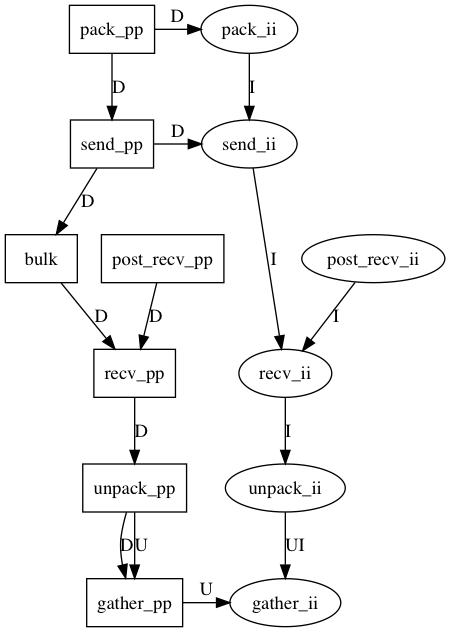
The Graphviz diagram doc/odstr/graphviz/deps.png in uDeviceX/uDeviceX, before a commit. Its source is kept beside it as doc/odstr/graphviz/deps.gv.
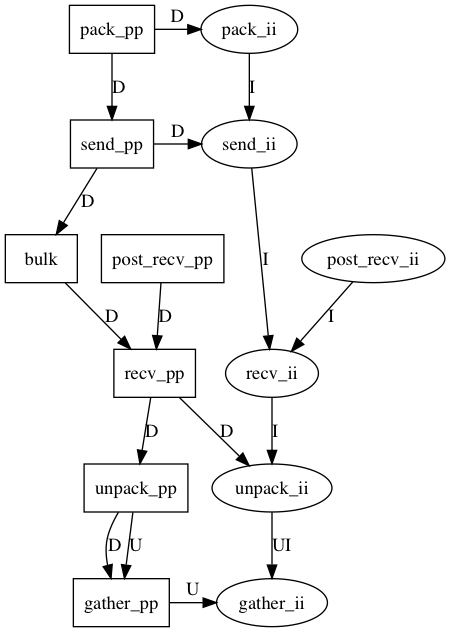
After the commit.

Commit message:
forgot one dep

What changed in the source:
```diff
@@ -6,6 +6,7 @@
 	}
 	pack_pp->pack_ii [label="D"];
 	send_pp->send_ii [label="D"];
+	recv_pp->unpack_ii [label="D"];
 
 	unpack_pp->gather_pp->gather_ii[label="U"];
 
```
